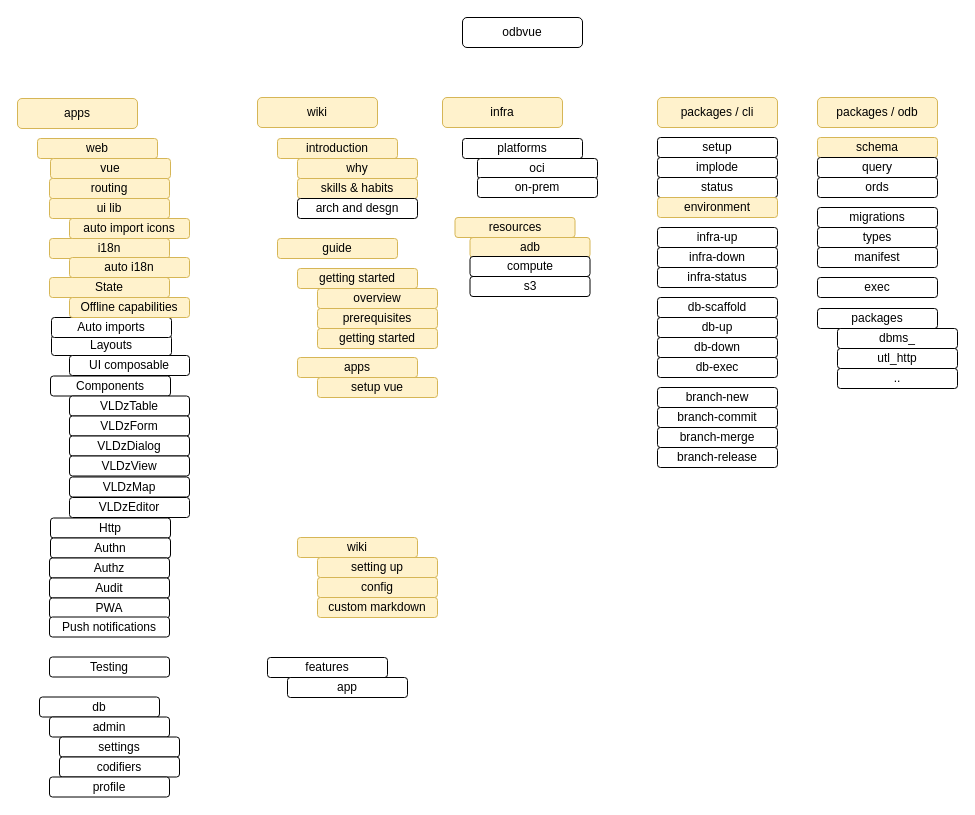
Before: roadmap.drawio in odbvue/odbvue, a draw.io diagram. Source tidied: cells renumbered, new cells numbered last; positions are measured from the earlier drawing's top-left corner, leaving out a move shared by most shapes. Both pictures are drawn from the tidied source at 100%, with x=0, y=0 at pixel (17, 17).
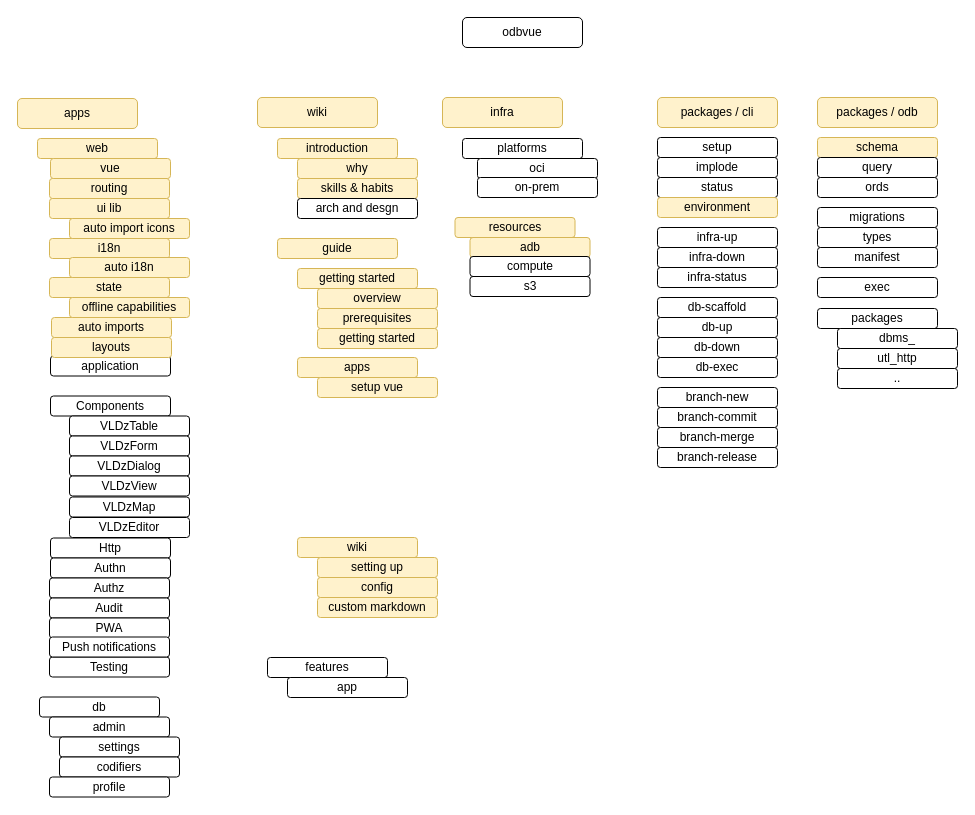
The same diagram, later.

Commit message (it also covers changes not shown here):
feat(apps): layouts

Diff of the diagram source:
```diff
@@
-    <mxCell id="51" value="State" style="rounded=1;whiteSpace=wrap;html=1;fillColor=#fff2cc;strokeColor=#d6b656;" parent="1" vertex="1">
+    <mxCell id="51" value="state" style="rounded=1;whiteSpace=wrap;html=1;fillColor=#fff2cc;strokeColor=#d6b656;" parent="1" vertex="1">
       <mxGeometry x="32" y="260" width="120" height="20" as="geometry" />
     </mxCell>
-    <mxCell id="52" value="Layouts" style="rounded=1;whiteSpace=wrap;html=1;" parent="1" vertex="1">
-      <mxGeometry x="34" y="318" width="120" height="20" as="geometry" />
-    </mxCell>
@@
     <mxCell id="54" value="Components" style="rounded=1;whiteSpace=wrap;html=1;" parent="1" vertex="1">
-      <mxGeometry x="33" y="358.5" width="120" height="20" as="geometry" />
+      <mxGeometry x="33" y="378.5" width="120" height="20" as="geometry" />
     </mxCell>
     <mxCell id="55" value="VLDzTable" style="rounded=1;whiteSpace=wrap;html=1;" parent="1" vertex="1">
-      <mxGeometry x="52" y="378.5" width="120" height="20" as="geometry" />
+      <mxGeometry x="52" y="398.5" width="120" height="20" as="geometry" />
     </mxCell>
     <mxCell id="56" value="VLDzForm" style="rounded=1;whiteSpace=wrap;html=1;" parent="1" vertex="1">
-      <mxGeometry x="52" y="398.5" width="120" height="20" as="geometry" />
+      <mxGeometry x="52" y="418.5" width="120" height="20" as="geometry" />
     </mxCell>
     <mxCell id="57" value="VLDzDialog" style="rounded=1;whiteSpace=wrap;html=1;" parent="1" vertex="1">
-      <mxGeometry x="52" y="418.5" width="120" height="20" as="geometry" />
+      <mxGeometry x="52" y="438.5" width="120" height="20" as="geometry" />
     </mxCell>
     <mxCell id="58" value="Http" style="rounded=1;whiteSpace=wrap;html=1;" parent="1" vertex="1">
-      <mxGeometry x="33" y="500.5" width="120" height="20" as="geometry" />
+      <mxGeometry x="33" y="520.5" width="120" height="20" as="geometry" />
     </mxCell>
     <mxCell id="59" value="Authn" style="rounded=1;whiteSpace=wrap;html=1;" parent="1" vertex="1">
-      <mxGeometry x="33" y="520.5" width="120" height="20" as="geometry" />
+      <mxGeometry x="33" y="540.5" width="120" height="20" as="geometry" />
     </mxCell>
-    <mxCell id="60" value="Auto imports" style="rounded=1;whiteSpace=wrap;html=1;" parent="1" vertex="1">
+    <mxCell id="60" value="auto imports" style="rounded=1;whiteSpace=wrap;html=1;fillColor=#fff2cc;strokeColor=#d6b656;" parent="1" vertex="1">
       <mxGeometry x="34" y="300" width="120" height="20" as="geometry" />
     </mxCell>
     <mxCell id="61" value="VLDzView" style="rounded=1;whiteSpace=wrap;html=1;" parent="1" vertex="1">
-      <mxGeometry x="52" y="438.5" width="120" height="20" as="geometry" />
+      <mxGeometry x="52" y="458.5" width="120" height="20" as="geometry" />
     </mxCell>
     <mxCell id="62" value="VLDzMap" style="rounded=1;whiteSpace=wrap;html=1;" parent="1" vertex="1">
-      <mxGeometry x="52" y="459.5" width="120" height="20" as="geometry" />
+      <mxGeometry x="52" y="479.5" width="120" height="20" as="geometry" />
     </mxCell>
     <mxCell id="63" value="Authz" style="rounded=1;whiteSpace=wrap;html=1;" parent="1" vertex="1">
-      <mxGeometry x="32" y="540.5" width="120" height="20" as="geometry" />
+      <mxGeometry x="32" y="560.5" width="120" height="20" as="geometry" />
     </mxCell>
     <mxCell id="64" value="Audit" style="rounded=1;whiteSpace=wrap;html=1;" parent="1" vertex="1">
-      <mxGeometry x="32" y="560.5" width="120" height="20" as="geometry" />
+      <mxGeometry x="32" y="580.5" width="120" height="20" as="geometry" />
     </mxCell>
     <mxCell id="65" value="PWA" style="rounded=1;whiteSpace=wrap;html=1;" parent="1" vertex="1">
-      <mxGeometry x="32" y="580.5" width="120" height="20" as="geometry" />
+      <mxGeometry x="32" y="600.5" width="120" height="20" as="geometry" />
     </mxCell>
     <mxCell id="66" value="VLDzEditor" style="rounded=1;whiteSpace=wrap;html=1;" parent="1" vertex="1">
-      <mxGeometry x="52" y="480" width="120" height="20" as="geometry" />
+      <mxGeometry x="52" y="500" width="120" height="20" as="geometry" />
     </mxCell>
     <mxCell id="67" value="Push notifications" style="rounded=1;whiteSpace=wrap;html=1;" parent="1" vertex="1">
-      <mxGeometry x="32" y="599.5" width="120" height="20" as="geometry" />
+      <mxGeometry x="32" y="619.5" width="120" height="20" as="geometry" />
     </mxCell>
-    <mxCell id="68" value="Offline capabilities" style="rounded=1;whiteSpace=wrap;html=1;fillColor=#fff2cc;strokeColor=#d6b656;" parent="1" vertex="1">
+    <mxCell id="68" value="offline capabilities" style="rounded=1;whiteSpace=wrap;html=1;fillColor=#fff2cc;strokeColor=#d6b656;" parent="1" vertex="1">
       <mxGeometry x="52" y="280" width="120" height="20" as="geometry" />
     </mxCell>
@@
-    <mxCell id="87" value="UI composable" style="rounded=1;whiteSpace=wrap;html=1;" parent="1" vertex="1">
-      <mxGeometry x="52" y="338" width="120" height="20" as="geometry" />
+    <mxCell id="87" value="application" style="rounded=1;whiteSpace=wrap;html=1;" parent="1" vertex="1">
+      <mxGeometry x="33" y="338.5" width="120" height="20" as="geometry" />
     </mxCell>
@@
+    <mxCell id="52" value="layouts" style="rounded=1;whiteSpace=wrap;html=1;fillColor=#fff2cc;strokeColor=#d6b656;" parent="1" vertex="1">
+      <mxGeometry x="34" y="320" width="120" height="20" as="geometry" />
+    </mxCell>
```
